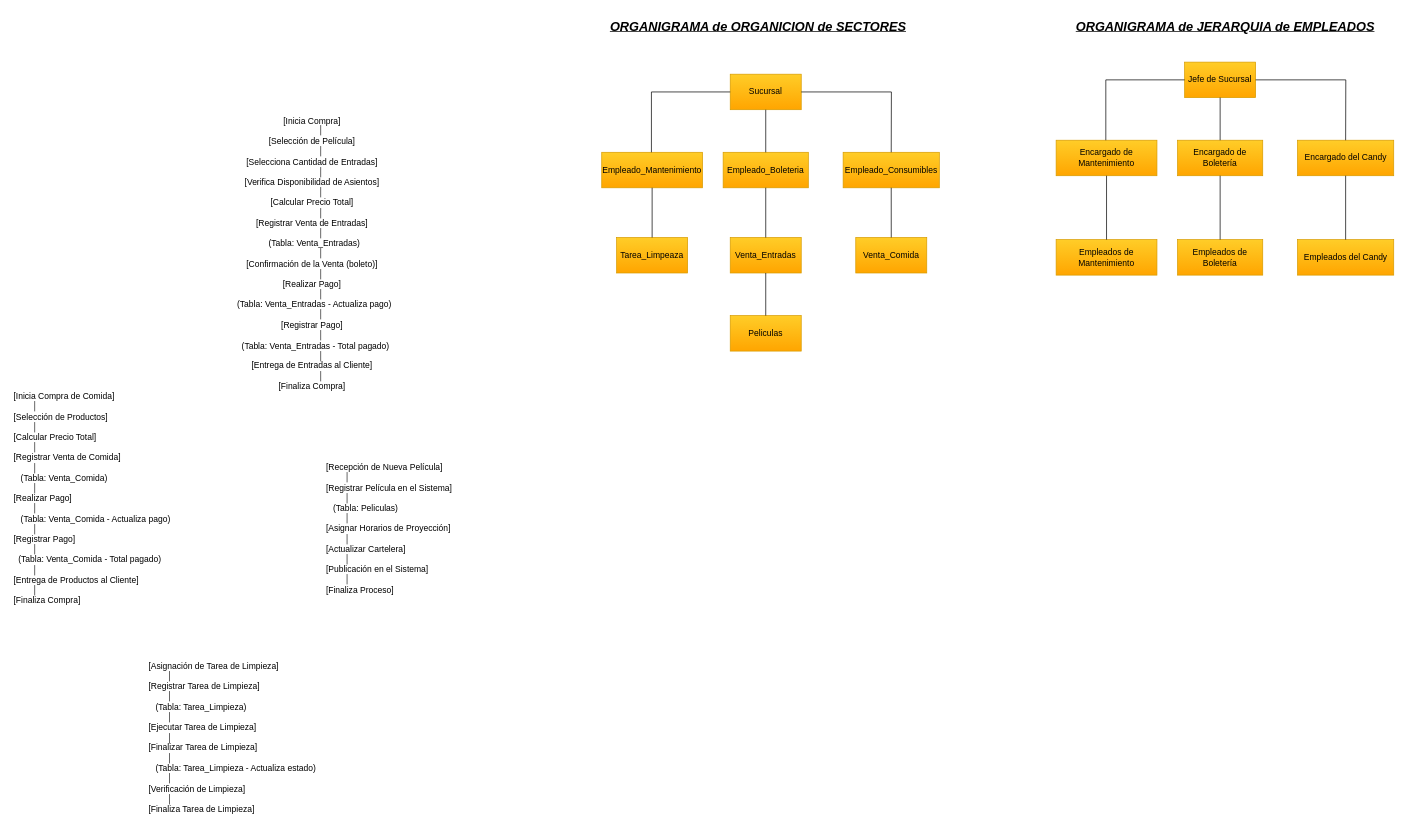
The draw.io diagram ORGANIGRAMA.drawio in NahuelLV/Base-de-Datos, before the edit. Source tidied: cells renumbered, new cells numbered last; positions are measured from the earlier drawing's top-left corner, leaving out a move shared by most shapes. Both pictures are drawn from the tidied source at 71%, with x=0, y=0 at pixel (12, 12).
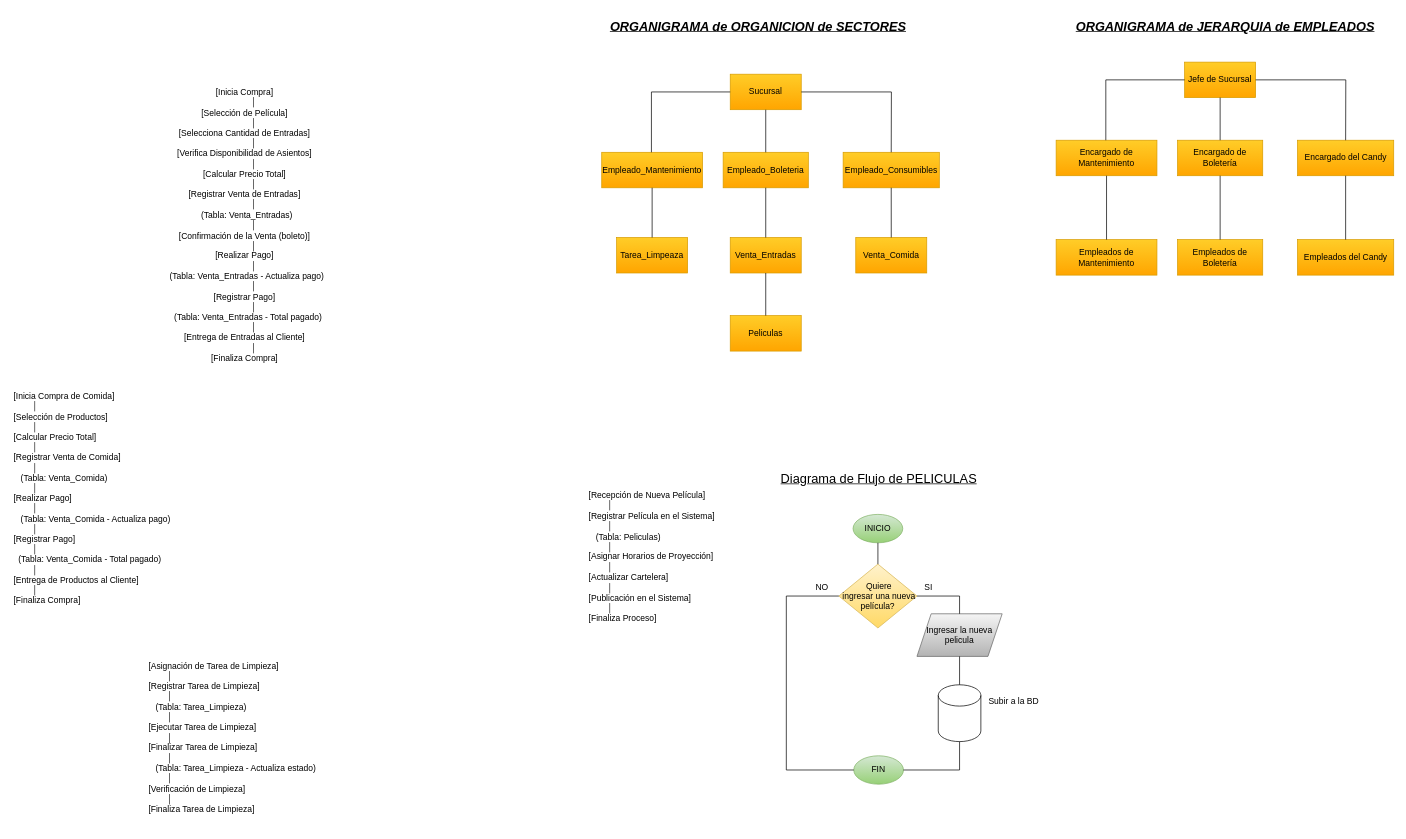
Above is the later version.

What changed in the source:
```diff
@@
     <mxCell id="32" value="&lt;div&gt;[Inicia Compra]&amp;nbsp;&amp;nbsp;&lt;/div&gt;&lt;div&gt;&amp;nbsp; &amp;nbsp; &amp;nbsp; &amp;nbsp; │&amp;nbsp;&amp;nbsp;&lt;/div&gt;&lt;div&gt;[Selección de Película]&amp;nbsp;&amp;nbsp;&lt;/div&gt;&lt;div&gt;&amp;nbsp; &amp;nbsp; &amp;nbsp; &amp;nbsp; │&amp;nbsp;&amp;nbsp;&lt;/div&gt;&lt;div&gt;[Selecciona Cantidad de Entradas]&amp;nbsp;&amp;nbsp;&lt;/div&gt;&lt;div&gt;&amp;nbsp; &amp;nbsp; &amp;nbsp; &amp;nbsp; │&amp;nbsp;&amp;nbsp;&lt;/div&gt;&lt;div&gt;[Verifica Disponibilidad de Asientos]&amp;nbsp;&amp;nbsp;&lt;/div&gt;&lt;div&gt;&amp;nbsp; &amp;nbsp; &amp;nbsp; &amp;nbsp; │&amp;nbsp;&amp;nbsp;&lt;/div&gt;&lt;div&gt;[Calcular Precio Total]&amp;nbsp;&amp;nbsp;&lt;/div&gt;&lt;div&gt;&amp;nbsp; &amp;nbsp; &amp;nbsp; &amp;nbsp; │&amp;nbsp;&amp;nbsp;&lt;/div&gt;&lt;div&gt;[Registrar Venta de Entradas]&amp;nbsp;&amp;nbsp;&lt;/div&gt;&lt;div&gt;&amp;nbsp; &amp;nbsp; &amp;nbsp; &amp;nbsp; │&amp;nbsp;&amp;nbsp;&lt;/div&gt;&lt;div&gt;&amp;nbsp; (Tabla: Venta_Entradas)&amp;nbsp;&amp;nbsp;&lt;/div&gt;&lt;div&gt;&amp;nbsp; &amp;nbsp; &amp;nbsp; &amp;nbsp; │&amp;nbsp;&amp;nbsp;&lt;/div&gt;&lt;div&gt;[Confirmación de la Venta (boleto)]&amp;nbsp;&amp;nbsp;&lt;/div&gt;&lt;div&gt;&amp;nbsp; &amp;nbsp; &amp;nbsp; &amp;nbsp; │&amp;nbsp;&amp;nbsp;&lt;/div&gt;&lt;div&gt;[Realizar Pago]&amp;nbsp;&amp;nbsp;&lt;/div&gt;&lt;div&gt;&amp;nbsp; &amp;nbsp; &amp;nbsp; &amp;nbsp; │&amp;nbsp;&amp;nbsp;&lt;/div&gt;&lt;div&gt;&amp;nbsp; (Tabla: Venta_Entradas - Actualiza pago)&amp;nbsp;&amp;nbsp;&lt;/div&gt;&lt;div&gt;&amp;nbsp; &amp;nbsp; &amp;nbsp; &amp;nbsp; │&amp;nbsp;&amp;nbsp;&lt;/div&gt;&lt;div&gt;[Registrar Pago]&amp;nbsp;&amp;nbsp;&lt;/div&gt;&lt;div&gt;&amp;nbsp; &amp;nbsp; &amp;nbsp; &amp;nbsp; │&amp;nbsp;&amp;nbsp;&lt;/div&gt;&lt;div&gt;&amp;nbsp; &amp;nbsp;(Tabla: Venta_Entradas - Total pagado)&amp;nbsp;&amp;nbsp;&lt;/div&gt;&lt;div&gt;&amp;nbsp; &amp;nbsp; &amp;nbsp; &amp;nbsp; │&amp;nbsp;&amp;nbsp;&lt;/div&gt;&lt;div&gt;[Entrega de Entradas al Cliente]&amp;nbsp;&amp;nbsp;&lt;/div&gt;&lt;div&gt;&amp;nbsp; &amp;nbsp; &amp;nbsp; &amp;nbsp; │&amp;nbsp;&amp;nbsp;&lt;/div&gt;&lt;div&gt;[Finaliza Compra]&amp;nbsp;&amp;nbsp;&lt;/div&gt;&lt;div&gt;&lt;br&gt;&lt;/div&gt;" style="text;html=1;align=center;verticalAlign=middle;strokeColor=none;fillColor=none;" parent="1" vertex="1">
-      <mxGeometry x="300" y="137" width="250" height="420" as="geometry" />
+      <mxGeometry x="205" y="97" width="250" height="420" as="geometry" />
     </mxCell>
@@
     <mxCell id="35" value="[Recepción de Nueva Película]  &#10;        │  &#10;[Registrar Película en el Sistema]  &#10;        │  &#10;   (Tabla: Peliculas)  &#10;        │  &#10;[Asignar Horarios de Proyección]  &#10;        │  &#10;[Actualizar Cartelera]  &#10;        │  &#10;[Publicación en el Sistema]  &#10;        │  &#10;[Finaliza Proceso]" style="text;whiteSpace=wrap;" parent="1" vertex="1">
-      <mxGeometry x="440" y="627" width="220" height="210" as="geometry" />
+      <mxGeometry x="810" y="667" width="220" height="210" as="geometry" />
     </mxCell>
+    <mxCell id="36" value="&lt;font style=&quot;font-size: 18px;&quot;&gt;&lt;u&gt;Diagrama de Flujo de PELICULAS&lt;/u&gt;&lt;/font&gt;" style="text;html=1;align=center;verticalAlign=middle;strokeColor=none;fillColor=none;" parent="1" vertex="1">
+      <mxGeometry x="1070" y="637" width="300" height="40" as="geometry" />
+    </mxCell>
+    <mxCell id="37" value="INICIO" style="ellipse;whiteSpace=wrap;html=1;fillColor=#d5e8d4;gradientColor=#97d077;strokeColor=#82b366;" parent="1" vertex="1">
+      <mxGeometry x="1184" y="707" width="70" height="40" as="geometry" />
+    </mxCell>
+    <mxCell id="38" value="&amp;nbsp;Quiere&lt;div&gt;&amp;nbsp;ingresar una nueva película?&lt;/div&gt;" style="rhombus;whiteSpace=wrap;html=1;fillColor=#fff2cc;gradientColor=#ffd966;strokeColor=#d6b656;" parent="1" vertex="1">
+      <mxGeometry x="1164" y="777" width="110" height="90" as="geometry" />
+    </mxCell>
+    <mxCell id="39" style="endArrow=none;html=1;rounded=0;entryX=0.5;entryY=1;entryDx=0;entryDy=0;exitX=0.5;exitY=0;exitDx=0;exitDy=0;" parent="1" edge="1" source="38" target="37">
+      <mxGeometry relative="1" as="geometry" />
+    </mxCell>
+    <mxCell id="40" value="FIN" style="ellipse;whiteSpace=wrap;html=1;fillColor=#d5e8d4;gradientColor=#97d077;strokeColor=#82b366;" parent="1" vertex="1">
+      <mxGeometry x="1185" y="1047" width="70" height="40" as="geometry" />
+    </mxCell>
+    <mxCell id="41" style="endArrow=none;html=1;rounded=0;entryX=0;entryY=0.5;entryDx=0;entryDy=0;exitX=0;exitY=0.5;exitDx=0;exitDy=0;" parent="1" edge="1" source="40" target="38">
+      <mxGeometry relative="1" as="geometry">
+        <Array as="points">
+          <mxPoint x="1090" y="1067" />
+          <mxPoint x="1090" y="822" />
+        </Array>
+      </mxGeometry>
+    </mxCell>
+    <mxCell id="42" value="NO" style="text;html=1;align=center;verticalAlign=middle;strokeColor=none;fillColor=none;" parent="1" vertex="1">
+      <mxGeometry x="1120" y="795" width="40" height="30" as="geometry" />
+    </mxCell>
+    <mxCell id="43" value="SI" style="text;html=1;align=center;verticalAlign=middle;strokeColor=none;fillColor=none;" parent="1" vertex="1">
+      <mxGeometry x="1275" y="795" width="30" height="30" as="geometry" />
+    </mxCell>
+    <mxCell id="44" value="Ingresar la nueva pelicula" style="shape=parallelogram;perimeter=parallelogramPerimeter;whiteSpace=wrap;html=1;fixedSize=1;fillColor=#f5f5f5;gradientColor=#b3b3b3;strokeColor=#666666;" parent="1" vertex="1">
+      <mxGeometry x="1274" y="847" width="120" height="60" as="geometry" />
+    </mxCell>
+    <mxCell id="45" style="endArrow=none;html=1;rounded=0;entryX=1;entryY=0.5;entryDx=0;entryDy=0;exitX=0.5;exitY=0;exitDx=0;exitDy=0;" parent="1" edge="1" source="44" target="38">
+      <mxGeometry relative="1" as="geometry">
+        <Array as="points">
+          <mxPoint x="1334" y="822" />
+        </Array>
+      </mxGeometry>
+    </mxCell>
+    <mxCell id="46" style="shape=cylinder3;whiteSpace=wrap;html=1;boundedLbl=1;backgroundOutline=1;size=15;" parent="1" vertex="1">
+      <mxGeometry x="1304" y="947" width="60" height="80" as="geometry" />
+    </mxCell>
+    <mxCell id="47" style="endArrow=none;html=1;rounded=0;entryX=0.5;entryY=1;entryDx=0;entryDy=0;exitX=0.5;exitY=0;exitDx=0;exitDy=0;exitPerimeter=0;" parent="1" edge="1" source="46" target="44">
+      <mxGeometry relative="1" as="geometry" />
+    </mxCell>
+    <mxCell id="48" value="Subir a la BD" style="text;html=1;align=center;verticalAlign=middle;strokeColor=none;fillColor=none;" parent="1" vertex="1">
+      <mxGeometry x="1365" y="955" width="90" height="30" as="geometry" />
+    </mxCell>
+    <mxCell id="49" style="endArrow=none;html=1;rounded=0;entryX=0.5;entryY=1;entryDx=0;entryDy=0;entryPerimeter=0;exitX=1;exitY=0.5;exitDx=0;exitDy=0;" parent="1" edge="1" source="40" target="46">
+      <mxGeometry relative="1" as="geometry">
+        <Array as="points">
+          <mxPoint x="1334" y="1067" />
+        </Array>
+      </mxGeometry>
+    </mxCell>
```
